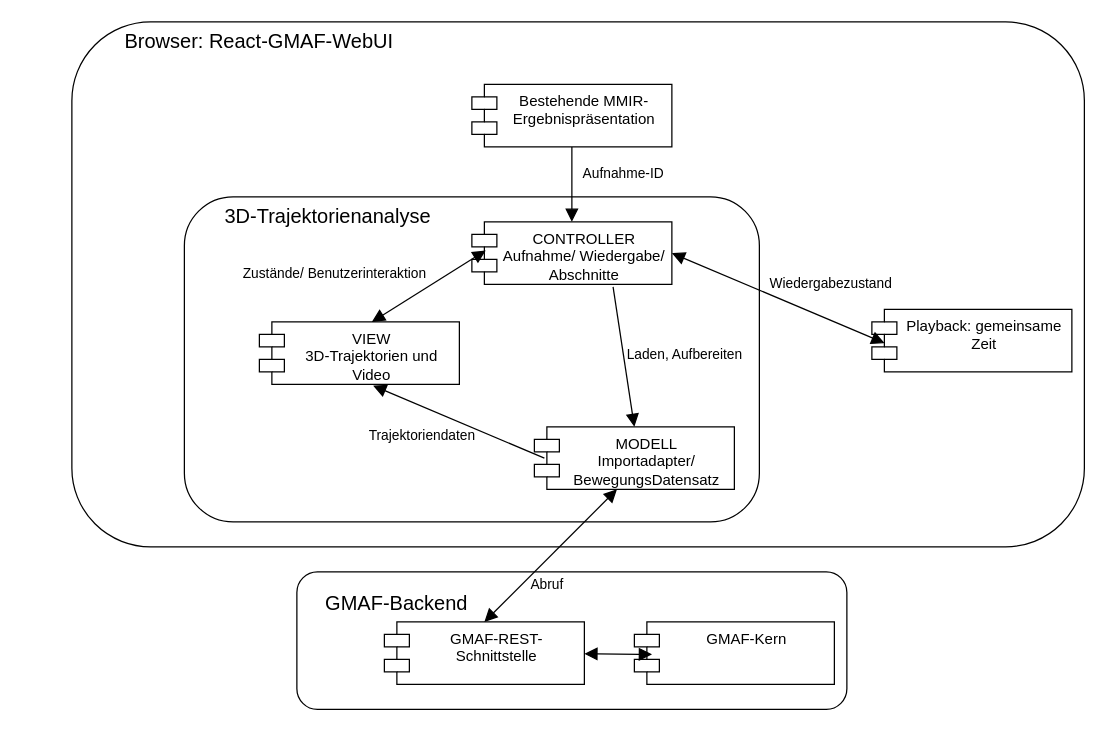
Before: Architekturmodell_gesamt.drawio in mfneu/fapra, a draw.io diagram. Source tidied: cells renumbered, new cells numbered last; positions are measured from the earlier drawing's top-left corner, leaving out a move shared by most shapes. Both pictures are drawn from the tidied source at 125%, with x=0, y=0 at pixel (21, 21).
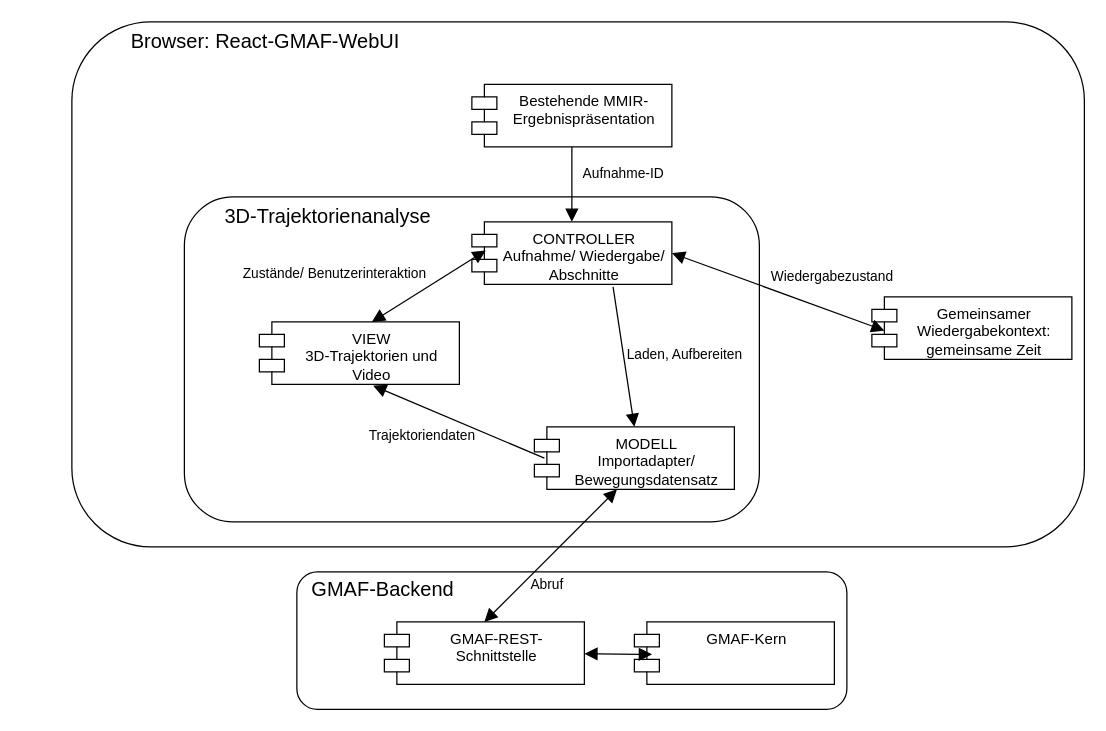
The same diagram, later.

What changed in the source:
```diff
@@
-    <mxCell id="8" value="&lt;div&gt;MODELL&lt;/div&gt;&lt;div&gt;Importadapter/ BewegungsDatensatz&lt;/div&gt;" style="shape=module;align=left;spacingLeft=20;align=center;verticalAlign=top;whiteSpace=wrap;html=1;" parent="1" vertex="1">
+    <mxCell id="8" value="&lt;div&gt;MODELL&lt;/div&gt;&lt;div&gt;Importadapter/ Bewegungsdatensatz&lt;/div&gt;" style="shape=module;align=left;spacingLeft=20;align=center;verticalAlign=top;whiteSpace=wrap;html=1;" parent="1" vertex="1">
       <mxGeometry x="410" y="324" width="160" height="50" as="geometry" />
     </mxCell>
-    <mxCell id="9" value="&lt;div&gt;Playback: gemeinsame Zeit&lt;/div&gt;" style="shape=module;align=left;spacingLeft=20;align=center;verticalAlign=top;whiteSpace=wrap;html=1;" parent="1" vertex="1">
-      <mxGeometry x="680" y="230" width="160" height="50" as="geometry" />
+    <mxCell id="9" value="&lt;div&gt;Gemeinsamer Wiedergabekontext: gemeinsame Zeit&lt;/div&gt;" style="shape=module;align=left;spacingLeft=20;align=center;verticalAlign=top;whiteSpace=wrap;html=1;" parent="1" vertex="1">
+      <mxGeometry x="680" y="220" width="160" height="50" as="geometry" />
     </mxCell>
@@
     <mxCell id="25" value="&lt;font style=&quot;font-size: 16px;&quot;&gt;Browser: React-GMAF-WebUI&lt;/font&gt;" style="text;html=1;whiteSpace=wrap;strokeColor=none;fillColor=none;align=center;verticalAlign=middle;rounded=0;" parent="1" vertex="1">
-      <mxGeometry width="380" height="30" as="geometry" />
+      <mxGeometry x="5" width="380" height="30" as="geometry" />
     </mxCell>
@@
     <mxCell id="27" value="&lt;font style=&quot;font-size: 16px;&quot;&gt;GMAF-Backend&lt;/font&gt;" style="text;html=1;whiteSpace=wrap;strokeColor=none;fillColor=none;align=center;verticalAlign=middle;rounded=0;" parent="1" vertex="1">
-      <mxGeometry x="230" y="450" width="140" height="30" as="geometry" />
+      <mxGeometry x="219" y="439" width="140" height="30" as="geometry" />
     </mxCell>
```
